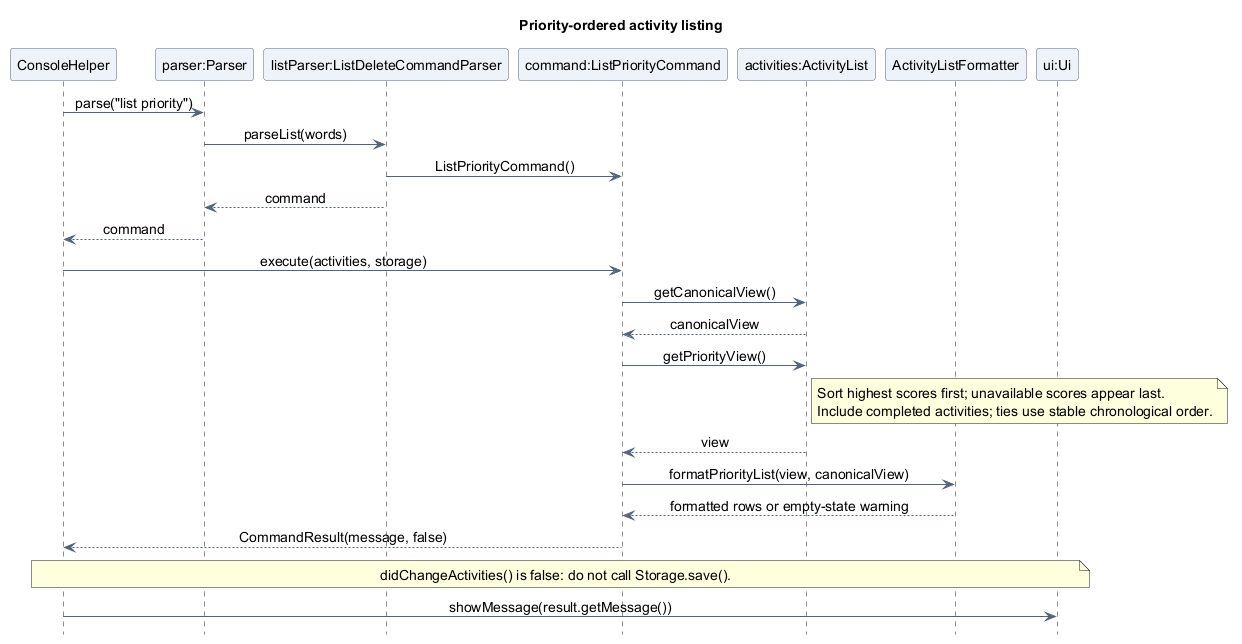
The PlantUML diagram docs/images/asyraf/sequence/ListPrioritySequence.png in AY2627S1-CS2113-T10-4/tp, before a commit.
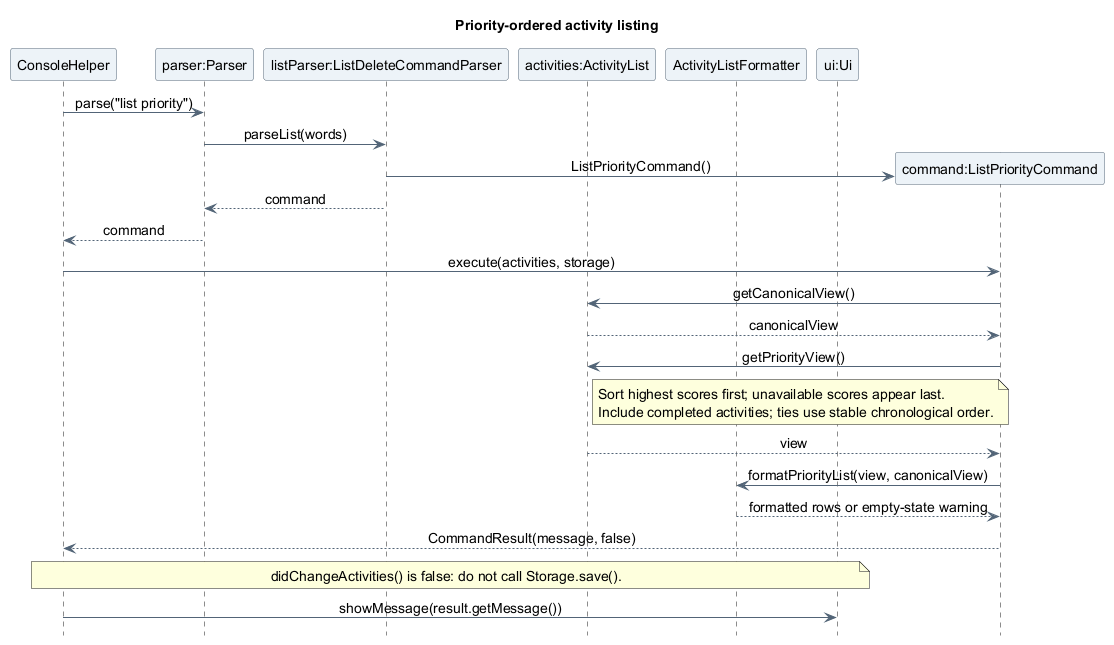
Above is the later version.

Change to the diagram source:
```diff
@@ -13,13 +13,13 @@
 participant "ConsoleHelper" as Console
 participant "parser:Parser" as Parser
 participant "listParser:ListDeleteCommandParser" as ListParser
-participant "command:ListPriorityCommand" as Query
 participant "activities:ActivityList" as Activities
 participant "ActivityListFormatter" as Formatter
 participant "ui:Ui" as UI
 
 Console -> Parser : parse("list priority")
 Parser -> ListParser : parseList(words)
+create participant "command:ListPriorityCommand" as Query
 ListParser -> Query : ListPriorityCommand()
 ListParser --> Parser : command
 Parser --> Console : command
```
